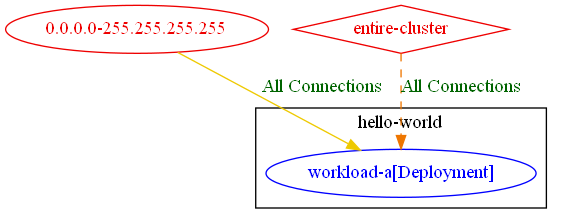
This is test_outputs/connlist/exposure_allow_ingress_deny_egress_test_exposure_output.dot.png from np-guard/netpol-analyzer, a Graphviz export, as it was before one commit. Its source is kept beside it as test_outputs/connlist/exposure_allow_ingress_deny_egress_test_exposure_output.dot.
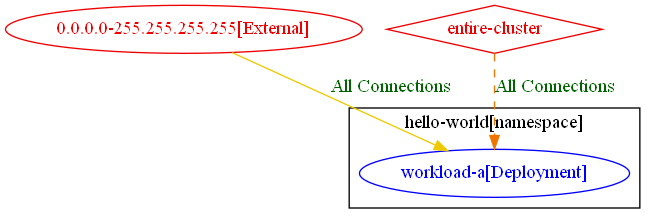
Later version of the same file.

Change to the diagram source:
```diff
@@ -1,12 +1,12 @@
 digraph {
-	subgraph "cluster_hello_world" {
+	subgraph "cluster_hello_world[namespace]" {
 		color="black"
 		fontcolor="black"
 		"hello-world/workload-a[Deployment]" [label="workload-a[Deployment]" color="blue" fontcolor="blue"]
-		label="hello-world"
+		label="hello-world[namespace]"
 	}
-	"0.0.0.0-255.255.255.255" [label="0.0.0.0-255.255.255.255" color="red2" fontcolor="red2"]
+	"0.0.0.0-255.255.255.255[External]" [label="0.0.0.0-255.255.255.255[External]" color="red2" fontcolor="red2"]
 	"entire-cluster" [label="entire-cluster" color="red2" fontcolor="red2" shape=diamond]
-	"0.0.0.0-255.255.255.255" -> "hello-world/workload-a[Deployment]" [label="All Connections" color="gold2" fontcolor="darkgreen" weight=0.5]
+	"0.0.0.0-255.255.255.255[External]" -> "hello-world/workload-a[Deployment]" [label="All Connections" color="gold2" fontcolor="darkgreen" weight=0.5]
 	"entire-cluster" -> "hello-world/workload-a[Deployment]" [label="All Connections" color="darkorange2" fontcolor="darkgreen" weight=1 style=dashed]
 }
```
